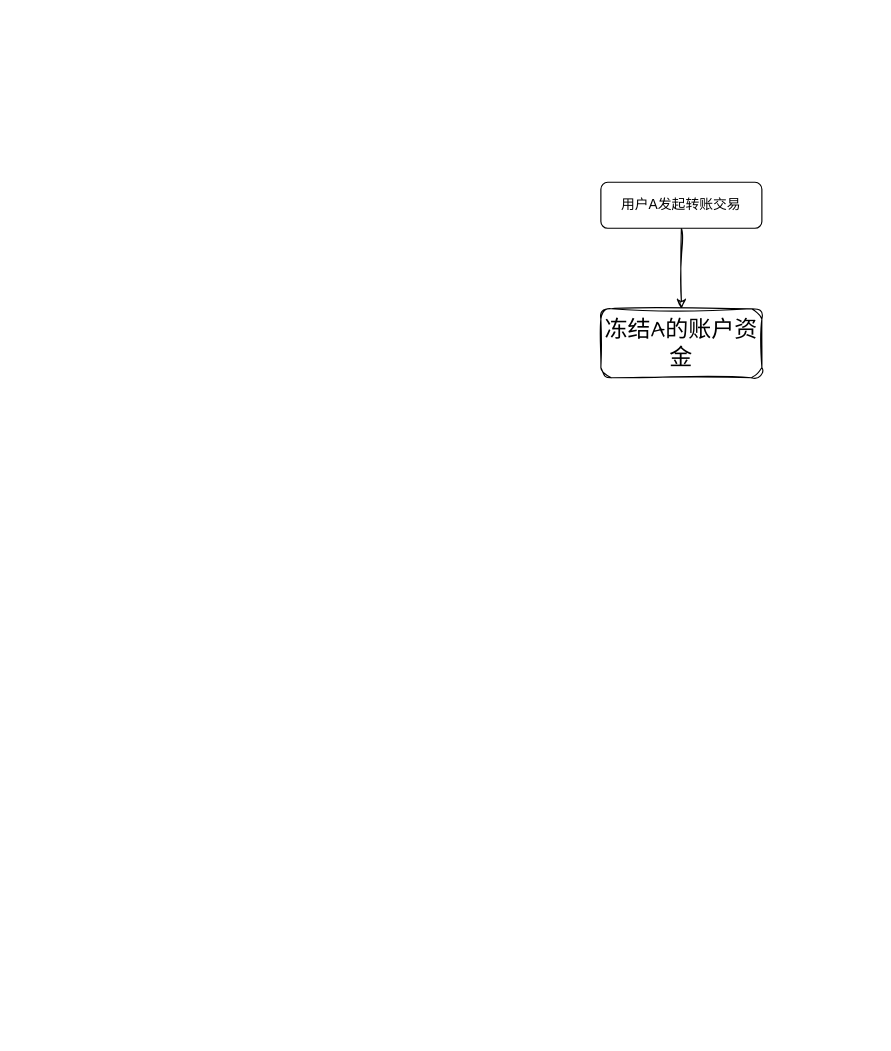
The draw.io diagram 冻结流程.drawio in dovezat/drawio, before the edit. Source tidied: cells renumbered, new cells numbered last; positions are measured from the earlier drawing's top-left corner, leaving out a move shared by most shapes. Both pictures are drawn from the tidied source at 115%, with x=0, y=0 at pixel (600, 182).
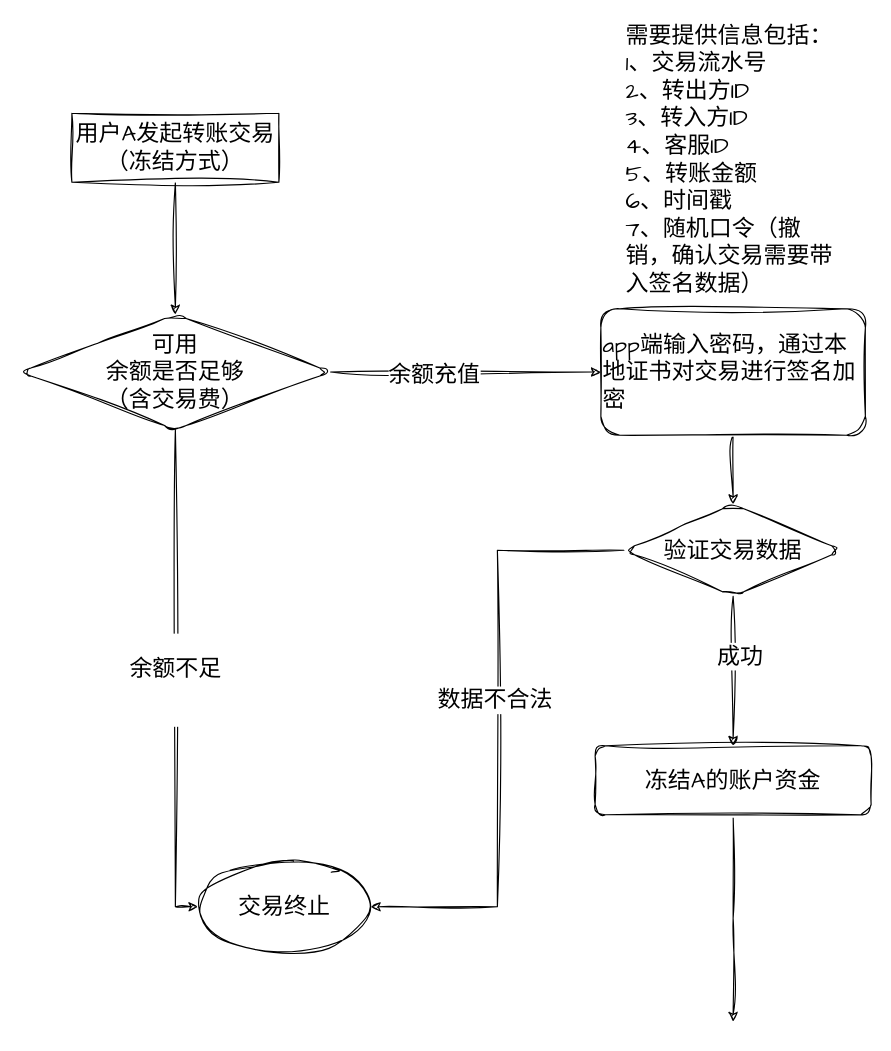
After the change.

Commit message (it also covers changes not shown here):
更新冻结流程.drawio

Change to the diagram source:
```diff
@@
 <mxGraphModel>
   <root>
     <mxCell id="0" />
     <mxCell id="1" parent="0" />
-    <mxCell id="2" style="edgeStyle=orthogonalEdgeStyle;rounded=0;sketch=1;hachureGap=4;jiggle=2;curveFitting=1;jettySize=auto;html=1;fontFamily=Architects Daughter;fontSize=16;" parent="1" edge="1" source="3" target="4">
-      <mxGeometry relative="1" as="geometry" />
-    </mxCell>
-    <mxCell id="3" value="用户A发起转账交易" style="rounded=1;whiteSpace=wrap;html=1;fontSize=12;glass=0;strokeWidth=1;shadow=0;" parent="1" vertex="1">
-      <mxGeometry width="140" height="40" as="geometry" />
-    </mxCell>
+    <mxCell id="5" style="edgeStyle=orthogonalEdgeStyle;rounded=0;sketch=1;hachureGap=4;jiggle=2;curveFitting=1;jettySize=auto;html=1;fontFamily=Architects Daughter;fontSize=16;" parent="1" edge="1" source="4" target="20">
+      <mxGeometry relative="1" as="geometry" />
+    </mxCell>
-    <mxCell id="4" value="冻结A的账户资金" style="whiteSpace=wrap;html=1;rounded=1;glass=0;strokeWidth=1;shadow=0;sketch=1;hachureGap=4;jiggle=2;curveFitting=1;fontFamily=Architects Daughter;fontSize=20;" parent="1" vertex="1">
-      <mxGeometry y="110" width="140" height="60" as="geometry" />
+    <mxCell id="4" value="app端输入密码，通过本地证书对交易进行签名加密" style="whiteSpace=wrap;html=1;rounded=1;glass=0;strokeWidth=1;shadow=0;sketch=1;hachureGap=4;jiggle=2;curveFitting=1;fontFamily=Architects Daughter;fontSize=20;align=left;" parent="1" vertex="1">
+      <mxGeometry y="110" width="230" height="110" as="geometry" />
     </mxCell>
+    <mxCell id="6" style="edgeStyle=orthogonalEdgeStyle;rounded=0;sketch=1;hachureGap=4;jiggle=2;curveFitting=1;jettySize=auto;html=1;entryX=0;entryY=0.5;entryDx=0;entryDy=0;fontFamily=Architects Daughter;fontSize=16;" parent="1" edge="1" source="9" target="4">
+      <mxGeometry relative="1" as="geometry" />
+    </mxCell>
+    <mxCell id="7" value="余额充值" style="edgeLabel;html=1;align=center;verticalAlign=middle;fontSize=20;fontFamily=Architects Daughter;" parent="6" vertex="1">
+      <mxGeometry x="-0.24" y="-1" relative="1" as="geometry" />
+    </mxCell>
+    <mxCell id="8" value="&#10;&lt;span style=&quot;color: rgb(0, 0, 0); font-family: &amp;quot;Architects Daughter&amp;quot;; font-size: 20px; font-style: normal; font-variant-ligatures: normal; font-variant-caps: normal; font-weight: 400; letter-spacing: normal; orphans: 2; text-align: center; text-indent: 0px; text-transform: none; widows: 2; word-spacing: 0px; -webkit-text-stroke-width: 0px; background-color: rgb(255, 255, 255); text-decoration-thickness: initial; text-decoration-style: initial; text-decoration-color: initial; float: none; display: inline !important;&quot;&gt;余额不足&lt;/span&gt;&#10;&#10;" style="edgeStyle=orthogonalEdgeStyle;rounded=0;sketch=1;hachureGap=4;jiggle=2;curveFitting=1;jettySize=auto;html=1;entryX=0;entryY=0.5;entryDx=0;entryDy=0;fontFamily=Architects Daughter;fontSize=16;" parent="1" edge="1" source="9" target="10">
+      <mxGeometry relative="1" as="geometry" />
+    </mxCell>
+    <mxCell id="9" value="可用&lt;br&gt;余额是否足够&lt;br&gt;（含交易费）" style="rhombus;whiteSpace=wrap;html=1;fontSize=20;fontFamily=Architects Daughter;rounded=1;glass=0;strokeWidth=1;shadow=0;sketch=1;hachureGap=4;jiggle=2;curveFitting=1;" parent="1" vertex="1">
+      <mxGeometry x="-505" y="115" width="270" height="100" as="geometry" />
+    </mxCell>
+    <mxCell id="10" value="交易终止" style="ellipse;whiteSpace=wrap;html=1;fontSize=20;fontFamily=Architects Daughter;rounded=1;glass=0;strokeWidth=1;shadow=0;sketch=1;hachureGap=4;jiggle=2;curveFitting=1;" parent="1" vertex="1">
+      <mxGeometry x="-350" y="590" width="150" height="80" as="geometry" />
+    </mxCell>
+    <mxCell id="11" style="edgeStyle=orthogonalEdgeStyle;rounded=0;sketch=1;hachureGap=4;jiggle=2;curveFitting=1;jettySize=auto;html=1;fontFamily=Architects Daughter;fontSize=16;" parent="1" edge="1" source="12" target="9">
+      <mxGeometry relative="1" as="geometry" />
+    </mxCell>
+    <mxCell id="12" value="用户A发起转账交易（冻结方式）" style="rounded=0;whiteSpace=wrap;html=1;sketch=1;hachureGap=4;jiggle=2;curveFitting=1;fontFamily=Architects Daughter;fontSize=20;" parent="1" vertex="1">
+      <mxGeometry x="-460" y="-60" width="180" height="60" as="geometry" />
+    </mxCell>
+    <mxCell id="13" value="需要提供信息包括：&lt;br&gt;1、交易流水号&lt;br&gt;2、转出方ID&lt;br&gt;3、转入方ID&lt;br&gt;4、客服ID&lt;br&gt;5、转账金额&lt;br&gt;6、时间戳&lt;br&gt;7、随机口令（撤销，确认交易需要带入签名数据）" style="text;html=1;strokeColor=none;fillColor=none;align=left;verticalAlign=middle;whiteSpace=wrap;rounded=0;fontSize=20;fontFamily=Architects Daughter;" parent="1" vertex="1">
+      <mxGeometry x="20" y="-40" width="190" height="40" as="geometry" />
+    </mxCell>
+    <mxCell id="14" style="edgeStyle=orthogonalEdgeStyle;rounded=0;sketch=1;hachureGap=4;jiggle=2;curveFitting=1;jettySize=auto;html=1;fontFamily=Architects Daughter;fontSize=16;" parent="1" edge="1" source="15">
+      <mxGeometry relative="1" as="geometry">
+        <mxPoint x="115" y="730" as="targetPoint" />
+      </mxGeometry>
+    </mxCell>
+    <mxCell id="15" value="冻结A的账户资金" style="whiteSpace=wrap;html=1;rounded=1;glass=0;strokeWidth=1;shadow=0;sketch=1;hachureGap=4;jiggle=2;curveFitting=1;fontFamily=Architects Daughter;fontSize=20;" parent="1" vertex="1">
+      <mxGeometry x="-5" y="490" width="240" height="60" as="geometry" />
+    </mxCell>
+    <mxCell id="16" style="edgeStyle=orthogonalEdgeStyle;rounded=0;sketch=1;hachureGap=4;jiggle=2;curveFitting=1;jettySize=auto;html=1;fontFamily=Architects Daughter;fontSize=16;" parent="1" edge="1" source="20" target="15">
+      <mxGeometry relative="1" as="geometry" />
+    </mxCell>
+    <mxCell id="17" value="成功" style="edgeLabel;html=1;align=center;verticalAlign=middle;fontSize=20;fontFamily=Architects Daughter;" parent="16" vertex="1">
+      <mxGeometry x="-0.22" y="5" relative="1" as="geometry" />
+    </mxCell>
+    <mxCell id="18" style="edgeStyle=orthogonalEdgeStyle;rounded=0;sketch=1;hachureGap=4;jiggle=2;curveFitting=1;jettySize=auto;html=1;entryX=1;entryY=0.5;entryDx=0;entryDy=0;fontFamily=Architects Daughter;fontSize=16;" parent="1" edge="1" source="20" target="10">
+      <mxGeometry relative="1" as="geometry" />
+    </mxCell>
+    <mxCell id="19" value="数据不合法" style="edgeLabel;html=1;align=center;verticalAlign=middle;fontSize=20;fontFamily=Architects Daughter;" parent="18" vertex="1">
+      <mxGeometry x="-0.1" y="-3" relative="1" as="geometry" />
+    </mxCell>
+    <mxCell id="20" value="&lt;div style=&quot;&quot;&gt;&lt;span style=&quot;background-color: initial;&quot;&gt;验证交易数据&lt;/span&gt;&lt;/div&gt;" style="rhombus;whiteSpace=wrap;html=1;fontSize=20;fontFamily=Architects Daughter;align=center;rounded=1;glass=0;strokeWidth=1;shadow=0;sketch=1;hachureGap=4;jiggle=2;curveFitting=1;" parent="1" vertex="1">
+      <mxGeometry x="20" y="280" width="190" height="80" as="geometry" />
+    </mxCell>
   </root>
 </mxGraphModel>
```
